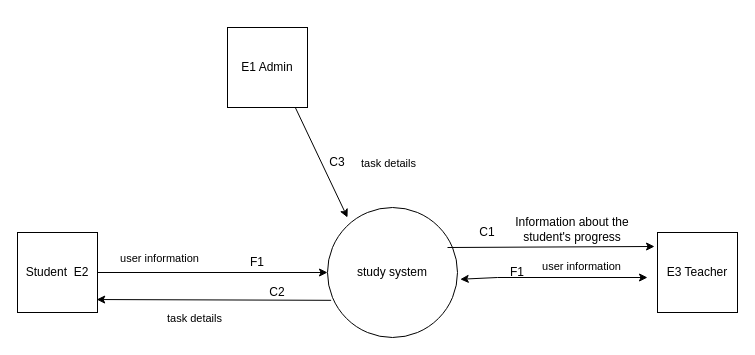
Before: page "Page-1" (1 of 2) of context diagram(English).drawio in alsousha/projectFinish, a draw.io diagram. Source tidied: cells renumbered, new cells numbered last; positions are measured from the earlier drawing's top-left corner, leaving out a move shared by most shapes. Both pictures are drawn from the tidied source at 100%, with x=0, y=0 at pixel (17, 27).
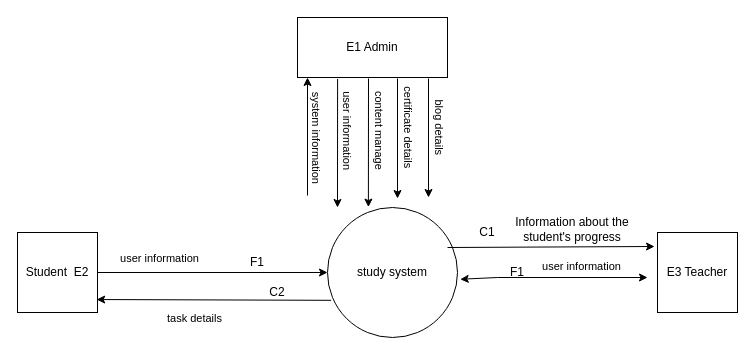
Above is the later version.

What changed in the source:
```diff
@@
-    <mxCell id="3" value="E1 Admin" style="whiteSpace=wrap;html=1;" parent="1" vertex="1">
-      <mxGeometry x="210" width="80" height="80" as="geometry" />
-    </mxCell>
@@
-    <mxCell id="8" style="endArrow=classic;html=1;exitX=0.85;exitY=1.005;exitDx=0;exitDy=0;exitPerimeter=0;" parent="1" edge="1" source="3">
+    <mxCell id="8" style="endArrow=classic;html=1;" parent="1" edge="1">
       <mxGeometry relative="1" as="geometry">
-        <mxPoint x="330" y="190" as="targetPoint" />
+        <mxPoint x="411" y="51" as="sourcePoint" />
+        <mxPoint x="411" y="170" as="targetPoint" />
       </mxGeometry>
     </mxCell>
-    <mxCell id="9" value="task details" style="edgeLabel;html=1;align=center;verticalAlign=middle;" parent="8" vertex="1">
+    <mxCell id="9" value="blog details" style="edgeLabel;html=1;align=center;verticalAlign=middle;rotation=90;" parent="8" vertex="1">
       <mxGeometry x="-0.4" y="2" relative="1" as="geometry">
-        <mxPoint x="75" y="23" as="offset" />
+        <mxPoint x="8.9" y="12.7" as="offset" />
       </mxGeometry>
     </mxCell>
@@
-    <mxCell id="19" value="C3" style="text;html=1;strokeColor=none;fillColor=none;align=center;verticalAlign=middle;whiteSpace=wrap;rounded=0;" parent="1" vertex="1">
-      <mxGeometry x="290" y="120" width="60" height="30" as="geometry" />
-    </mxCell>
@@
+    <mxCell id="22" style="endArrow=classic;html=1;entryX=0;entryY=1;entryDx=0;entryDy=0;" parent="1" edge="1">
+      <mxGeometry relative="1" as="geometry">
+        <mxPoint x="290" y="168" as="sourcePoint" />
+        <mxPoint x="290" y="50" as="targetPoint" />
+      </mxGeometry>
+    </mxCell>
+    <mxCell id="23" style="edgeLabel;html=1;align=center;verticalAlign=middle;" parent="22" vertex="1">
+      <mxGeometry x="0.21" y="-2" relative="1" as="geometry" />
+    </mxCell>
+    <mxCell id="24" value="system information" style="edgeLabel;html=1;align=center;verticalAlign=middle;rotation=90;" parent="22" vertex="1">
+      <mxGeometry x="0.17" relative="1" as="geometry">
+        <mxPoint x="9.5" y="10.8" as="offset" />
+      </mxGeometry>
+    </mxCell>
+    <mxCell id="25" style="endArrow=classic;html=1;" parent="1" edge="1">
+      <mxGeometry relative="1" as="geometry">
+        <mxPoint x="380" y="51" as="sourcePoint" />
+        <mxPoint x="380" y="171" as="targetPoint" />
+      </mxGeometry>
+    </mxCell>
+    <mxCell id="26" value="certificate details" style="edgeLabel;html=1;align=center;verticalAlign=middle;rotation=90;" parent="25" vertex="1">
+      <mxGeometry x="-0.4" y="2" relative="1" as="geometry">
+        <mxPoint x="8.9" y="12.7" as="offset" />
+      </mxGeometry>
+    </mxCell>
+    <mxCell id="27" style="endArrow=classic;html=1;entryX=0.245;entryY=0.074;entryDx=0;entryDy=0;entryPerimeter=0;" parent="1" edge="1">
+      <mxGeometry relative="1" as="geometry">
+        <mxPoint x="351" y="51" as="sourcePoint" />
+        <mxPoint x="350.9" y="179.6" as="targetPoint" />
+      </mxGeometry>
+    </mxCell>
+    <mxCell id="28" value="content manage" style="edgeLabel;html=1;align=center;verticalAlign=middle;rotation=90;" parent="27" vertex="1">
+      <mxGeometry x="-0.4" y="2" relative="1" as="geometry">
+        <mxPoint x="8.9" y="12.7" as="offset" />
+      </mxGeometry>
+    </mxCell>
+    <mxCell id="3" value="E1 Admin" style="rounded=0;whiteSpace=wrap;html=1;" parent="1" vertex="1">
+      <mxGeometry x="280" y="-10" width="150" height="60" as="geometry" />
+    </mxCell>
+    <mxCell id="29" style="endArrow=classic;html=1;entryX=0.245;entryY=0.074;entryDx=0;entryDy=0;entryPerimeter=0;" parent="1" edge="1">
+      <mxGeometry relative="1" as="geometry">
+        <mxPoint x="320.1" y="51.4" as="sourcePoint" />
+        <mxPoint x="320" y="180" as="targetPoint" />
+      </mxGeometry>
+    </mxCell>
+    <mxCell id="30" value="user information" style="edgeLabel;html=1;align=center;verticalAlign=middle;rotation=90;" parent="29" vertex="1">
+      <mxGeometry x="-0.4" y="2" relative="1" as="geometry">
+        <mxPoint x="8.9" y="12.7" as="offset" />
+      </mxGeometry>
+    </mxCell>
```
